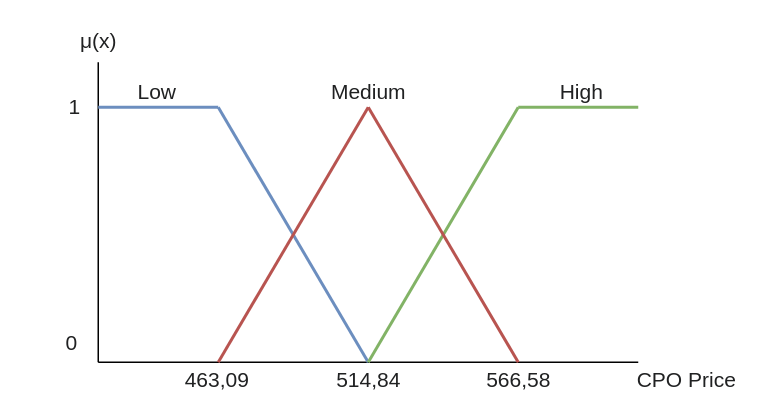
Before: Softcom fuzzy diagram.drawio in ariesharry/Diagrams, a draw.io diagram. Source tidied: cells renumbered, new cells numbered last; positions are measured from the earlier drawing's top-left corner, leaving out a move shared by most shapes. Both pictures are drawn from the tidied source at 150%, with x=0, y=0 at pixel (26, 32).
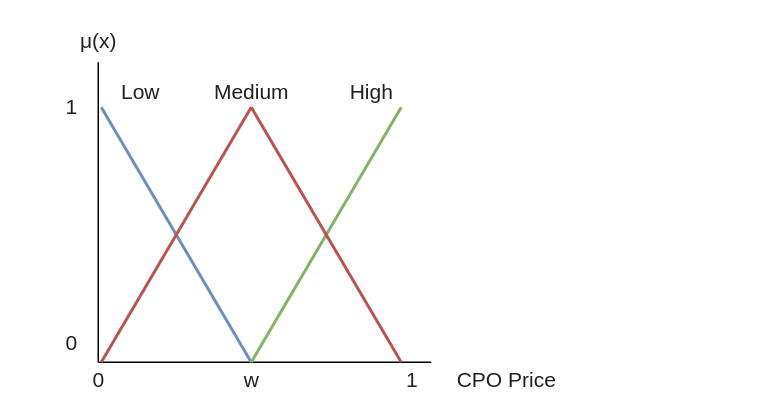
After the change.

The edit, as a diff of the source:
```diff
@@
     <mxCell id="3" value="&lt;span style=&quot;color: rgb(32, 33, 34); font-family: sans-serif; font-size: 14px; text-align: start; background-color: rgb(255, 255, 255);&quot;&gt;1&lt;/span&gt;" style="text;strokeColor=none;fillColor=none;html=1;fontSize=15;fontStyle=0;verticalAlign=middle;align=center;" parent="1" vertex="1">
-      <mxGeometry x="7" y="44" width="50" height="10" as="geometry" />
+      <mxGeometry x="13.5" y="44" width="33" height="10" as="geometry" />
     </mxCell>
@@
-    <mxCell id="5" value="&lt;div style=&quot;text-align: start;&quot;&gt;&lt;span style=&quot;background-color: initial; font-size: 14px;&quot;&gt;&lt;font face=&quot;sans-serif&quot; color=&quot;#202122&quot;&gt;463,09&lt;/font&gt;&lt;/span&gt;&lt;/div&gt;" style="text;strokeColor=none;fillColor=none;html=1;fontSize=15;fontStyle=0;verticalAlign=middle;align=center;" parent="1" vertex="1">
-      <mxGeometry x="102" y="226" width="50" height="10" as="geometry" />
-    </mxCell>
-    <mxCell id="6" value="&lt;div style=&quot;text-align: start;&quot;&gt;&lt;span style=&quot;background-color: initial; font-size: 14px;&quot;&gt;&lt;font face=&quot;sans-serif&quot; color=&quot;#202122&quot;&gt;514,84&lt;/font&gt;&lt;/span&gt;&lt;/div&gt;" style="text;strokeColor=none;fillColor=none;html=1;fontSize=15;fontStyle=0;verticalAlign=middle;align=center;" parent="1" vertex="1">
-      <mxGeometry x="198" y="226" width="60" height="10" as="geometry" />
+    <mxCell id="6" value="&lt;div style=&quot;text-align: start;&quot;&gt;&lt;span style=&quot;background-color: initial; font-size: 14px;&quot;&gt;&lt;font face=&quot;sans-serif&quot; color=&quot;#202122&quot;&gt;w&lt;/font&gt;&lt;/span&gt;&lt;/div&gt;" style="text;strokeColor=none;fillColor=none;html=1;fontSize=15;fontStyle=0;verticalAlign=middle;align=center;" parent="1" vertex="1">
+      <mxGeometry x="120" y="226" width="60" height="10" as="geometry" />
     </mxCell>
-    <mxCell id="7" value="&lt;div style=&quot;text-align: start;&quot;&gt;&lt;span style=&quot;background-color: initial; font-size: 14px;&quot;&gt;&lt;font face=&quot;sans-serif&quot; color=&quot;#202122&quot;&gt;566,58&lt;/font&gt;&lt;/span&gt;&lt;/div&gt;" style="text;strokeColor=none;fillColor=none;html=1;fontSize=15;fontStyle=0;verticalAlign=middle;align=center;" parent="1" vertex="1">
-      <mxGeometry x="298" y="226" width="60" height="10" as="geometry" />
-    </mxCell>
@@
     <mxCell id="9" style="endArrow=none;html=1;rounded=0;fontSize=15;" parent="1" edge="1">
       <mxGeometry relative="1" as="geometry">
         <mxPoint x="48" y="220" as="sourcePoint" />
-        <mxPoint x="408" y="220" as="targetPoint" />
+        <mxPoint x="270" y="220" as="targetPoint" />
       </mxGeometry>
     </mxCell>
-    <mxCell id="10" style="endArrow=none;html=1;rounded=0;fontSize=15;fillColor=#dae8fc;strokeColor=#6c8ebf;strokeWidth=2;" parent="1" edge="1">
-      <mxGeometry relative="1" as="geometry">
-        <mxPoint x="48" y="50" as="sourcePoint" />
-        <mxPoint x="128" y="50" as="targetPoint" />
-      </mxGeometry>
-    </mxCell>
     <mxCell id="11" style="endArrow=none;html=1;rounded=0;fontSize=15;fillColor=#dae8fc;strokeColor=#6c8ebf;strokeWidth=2;" parent="1" edge="1">
       <mxGeometry relative="1" as="geometry">
-        <mxPoint x="128" y="50" as="sourcePoint" />
-        <mxPoint x="228" y="220" as="targetPoint" />
+        <mxPoint x="50" y="50" as="sourcePoint" />
+        <mxPoint x="150" y="220" as="targetPoint" />
       </mxGeometry>
     </mxCell>
     <mxCell id="12" style="endArrow=none;html=1;rounded=0;fontSize=15;fillColor=#d5e8d4;strokeColor=#82b366;strokeWidth=2;" parent="1" edge="1">
       <mxGeometry relative="1" as="geometry">
-        <mxPoint x="328" y="50" as="sourcePoint" />
-        <mxPoint x="228" y="220" as="targetPoint" />
+        <mxPoint x="250" y="50" as="sourcePoint" />
+        <mxPoint x="150" y="220" as="targetPoint" />
       </mxGeometry>
     </mxCell>
-    <mxCell id="13" style="endArrow=none;html=1;rounded=0;fontSize=15;fillColor=#d5e8d4;strokeColor=#82b366;strokeWidth=2;" parent="1" edge="1">
-      <mxGeometry relative="1" as="geometry">
-        <mxPoint x="328" y="50" as="sourcePoint" />
-        <mxPoint x="408" y="50" as="targetPoint" />
-      </mxGeometry>
-    </mxCell>
     <mxCell id="14" style="endArrow=none;html=1;rounded=0;fontSize=15;fillColor=#f8cecc;strokeColor=#b85450;strokeWidth=2;" parent="1" edge="1">
       <mxGeometry relative="1" as="geometry">
-        <mxPoint x="228" y="50" as="sourcePoint" />
-        <mxPoint x="128" y="220" as="targetPoint" />
+        <mxPoint x="150" y="50" as="sourcePoint" />
+        <mxPoint x="50" y="220" as="targetPoint" />
       </mxGeometry>
     </mxCell>
     <mxCell id="15" style="endArrow=none;html=1;rounded=0;fontSize=15;fillColor=#f8cecc;strokeColor=#b85450;strokeWidth=2;" parent="1" edge="1">
       <mxGeometry relative="1" as="geometry">
-        <mxPoint x="228" y="50" as="sourcePoint" />
-        <mxPoint x="328" y="220" as="targetPoint" />
+        <mxPoint x="150" y="50" as="sourcePoint" />
+        <mxPoint x="250" y="220" as="targetPoint" />
       </mxGeometry>
     </mxCell>
     <mxCell id="16" value="&lt;div style=&quot;text-align: start;&quot;&gt;&lt;span style=&quot;background-color: initial; font-size: 14px;&quot;&gt;&lt;font face=&quot;sans-serif&quot; color=&quot;#202122&quot;&gt;CPO Price&lt;/font&gt;&lt;/span&gt;&lt;/div&gt;" style="text;strokeColor=none;fillColor=none;html=1;fontSize=15;fontStyle=0;verticalAlign=middle;align=center;" parent="1" vertex="1">
-      <mxGeometry x="410" y="226" width="60" height="10" as="geometry" />
+      <mxGeometry x="290" y="226" width="60" height="10" as="geometry" />
     </mxCell>
     <mxCell id="17" value="&lt;div style=&quot;text-align: start;&quot;&gt;&lt;span style=&quot;background-color: initial; font-size: 14px;&quot;&gt;&lt;font face=&quot;sans-serif&quot; color=&quot;#202122&quot;&gt;Low&lt;/font&gt;&lt;/span&gt;&lt;/div&gt;" style="text;strokeColor=none;fillColor=none;html=1;fontSize=15;fontStyle=0;verticalAlign=middle;align=center;" parent="1" vertex="1">
-      <mxGeometry x="57" y="34" width="60" height="10" as="geometry" />
+      <mxGeometry x="50" y="34" width="51" height="10" as="geometry" />
     </mxCell>
     <mxCell id="18" value="&lt;div style=&quot;text-align: start;&quot;&gt;&lt;span style=&quot;background-color: initial; font-size: 14px;&quot;&gt;&lt;font face=&quot;sans-serif&quot; color=&quot;#202122&quot;&gt;Medium&lt;/font&gt;&lt;/span&gt;&lt;/div&gt;" style="text;strokeColor=none;fillColor=none;html=1;fontSize=15;fontStyle=0;verticalAlign=middle;align=center;" parent="1" vertex="1">
-      <mxGeometry x="198" y="34" width="60" height="10" as="geometry" />
+      <mxGeometry x="120" y="34" width="60" height="10" as="geometry" />
     </mxCell>
     <mxCell id="19" value="&lt;div style=&quot;text-align: start;&quot;&gt;&lt;span style=&quot;background-color: initial; font-size: 14px;&quot;&gt;&lt;font face=&quot;sans-serif&quot; color=&quot;#202122&quot;&gt;High&lt;/font&gt;&lt;/span&gt;&lt;/div&gt;" style="text;strokeColor=none;fillColor=none;html=1;fontSize=15;fontStyle=0;verticalAlign=middle;align=center;" parent="1" vertex="1">
-      <mxGeometry x="340" y="34" width="60" height="10" as="geometry" />
+      <mxGeometry x="200" y="34" width="60" height="10" as="geometry" />
     </mxCell>
+    <mxCell id="20" value="&lt;span style=&quot;color: rgb(32, 33, 34); font-family: sans-serif; font-size: 14px; text-align: start; background-color: rgb(255, 255, 255);&quot;&gt;0&lt;/span&gt;" style="text;strokeColor=none;fillColor=none;html=1;fontSize=15;fontStyle=0;verticalAlign=middle;align=center;" parent="1" vertex="1">
+      <mxGeometry x="18" y="226" width="60" height="10" as="geometry" />
+    </mxCell>
+    <mxCell id="21" value="&lt;span style=&quot;color: rgb(32, 33, 34); font-family: sans-serif; font-size: 14px; text-align: start; background-color: rgb(255, 255, 255);&quot;&gt;1&lt;/span&gt;" style="text;strokeColor=none;fillColor=none;html=1;fontSize=15;fontStyle=0;verticalAlign=middle;align=center;" parent="1" vertex="1">
+      <mxGeometry x="240" y="226" width="33" height="10" as="geometry" />
+    </mxCell>
```
